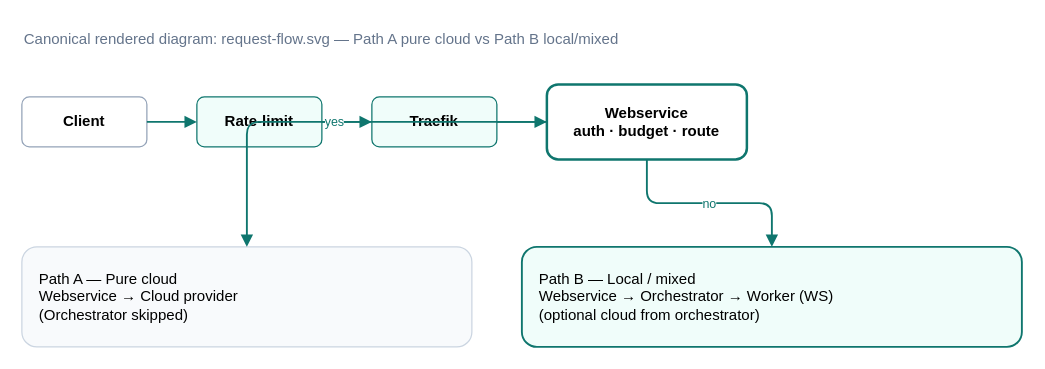
ls1intum/edutelligence keeps this draw.io diagram as page "Request Flow" (4 of 4) of logos/docs/static/img/system-design/system-design.drawio. Above is the earlier version. Source tidied: cells renumbered, new cells numbered last; positions are measured from the earlier drawing's top-left corner, leaving out a move shared by most shapes. Both pictures are drawn from the tidied source at 125%, with x=0, y=0 at pixel (21, 21).
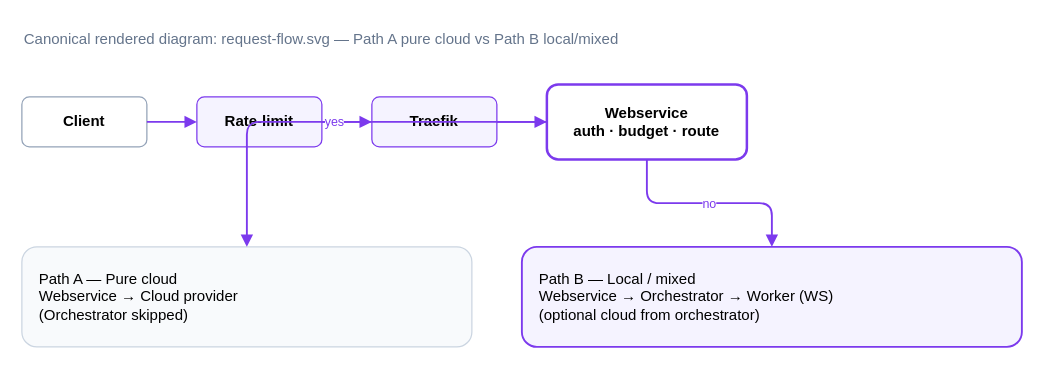
After the change.

Change to the diagram source:
```diff
@@
 <mxGraphModel>
   <root>
     <mxCell id="0" />
     <mxCell id="1" parent="0" />
     <mxCell id="2" value="Canonical rendered diagram: request-flow.svg — Path A pure cloud vs Path B local/mixed" style="text;html=1;strokeColor=none;fillColor=none;align=left;fontFamily=Helvetica;fontSize=12;fontColor=#64748B;" parent="1" vertex="1">
       <mxGeometry width="600" height="30" as="geometry" />
     </mxCell>
     <mxCell id="3" value="Client" style="rounded=1;whiteSpace=wrap;html=1;fillColor=#FFFFFF;strokeColor=#94A3B8;fontStyle=1;fontFamily=Helvetica;" parent="1" vertex="1">
       <mxGeometry y="60" width="100" height="40" as="geometry" />
     </mxCell>
-    <mxCell id="4" value="Rate-limit" style="rounded=1;whiteSpace=wrap;html=1;fillColor=#F0FDFA;strokeColor=#0F766E;fontStyle=1;fontFamily=Helvetica;" parent="1" vertex="1">
+    <mxCell id="4" value="Rate-limit" style="rounded=1;whiteSpace=wrap;html=1;fillColor=#F5F3FF;strokeColor=#7C3AED;fontStyle=1;fontFamily=Helvetica;" parent="1" vertex="1">
       <mxGeometry x="140" y="60" width="100" height="40" as="geometry" />
     </mxCell>
-    <mxCell id="5" value="Traefik" style="rounded=1;whiteSpace=wrap;html=1;fillColor=#F0FDFA;strokeColor=#0F766E;fontStyle=1;fontFamily=Helvetica;" parent="1" vertex="1">
+    <mxCell id="5" value="Traefik" style="rounded=1;whiteSpace=wrap;html=1;fillColor=#F5F3FF;strokeColor=#7C3AED;fontStyle=1;fontFamily=Helvetica;" parent="1" vertex="1">
       <mxGeometry x="280" y="60" width="100" height="40" as="geometry" />
     </mxCell>
-    <mxCell id="6" value="Webservice&#10;auth · budget · route" style="rounded=1;whiteSpace=wrap;html=1;fillColor=#FFFFFF;strokeColor=#0F766E;strokeWidth=2;fontStyle=1;fontFamily=Helvetica;" parent="1" vertex="1">
+    <mxCell id="6" value="Webservice&#10;auth · budget · route" style="rounded=1;whiteSpace=wrap;html=1;fillColor=#FFFFFF;strokeColor=#7C3AED;strokeWidth=2;fontStyle=1;fontFamily=Helvetica;" parent="1" vertex="1">
       <mxGeometry x="420" y="50" width="160" height="60" as="geometry" />
     </mxCell>
     <mxCell id="7" value="Path A — Pure cloud&#10;Webservice → Cloud provider&#10;(Orchestrator skipped)" style="rounded=1;whiteSpace=wrap;html=1;fillColor=#F8FAFC;strokeColor=#CBD5E1;fontFamily=Helvetica;fontSize=12;align=left;spacingLeft=12;" parent="1" vertex="1">
       <mxGeometry y="180" width="360" height="80" as="geometry" />
     </mxCell>
-    <mxCell id="8" value="Path B — Local / mixed&#10;Webservice → Orchestrator → Worker (WS)&#10;(optional cloud from orchestrator)" style="rounded=1;whiteSpace=wrap;html=1;fillColor=#F0FDFA;strokeColor=#0F766E;strokeWidth=1.5;fontFamily=Helvetica;fontSize=12;align=left;spacingLeft=12;" parent="1" vertex="1">
+    <mxCell id="8" value="Path B — Local / mixed&#10;Webservice → Orchestrator → Worker (WS)&#10;(optional cloud from orchestrator)" style="rounded=1;whiteSpace=wrap;html=1;fillColor=#F5F3FF;strokeColor=#7C3AED;strokeWidth=1.5;fontFamily=Helvetica;fontSize=12;align=left;spacingLeft=12;" parent="1" vertex="1">
       <mxGeometry x="400" y="180" width="400" height="80" as="geometry" />
     </mxCell>
-    <mxCell id="9" style="edgeStyle=orthogonalEdgeStyle;rounded=1;html=1;strokeColor=#0F766E;strokeWidth=1.5;endArrow=block;endFill=1;" parent="1" edge="1" source="3" target="4">
+    <mxCell id="9" style="edgeStyle=orthogonalEdgeStyle;rounded=1;html=1;strokeColor=#7C3AED;strokeWidth=1.5;endArrow=block;endFill=1;" parent="1" edge="1" source="3" target="4">
       <mxGeometry relative="1" as="geometry" />
     </mxCell>
-    <mxCell id="10" style="edgeStyle=orthogonalEdgeStyle;rounded=1;html=1;strokeColor=#0F766E;strokeWidth=1.5;endArrow=block;endFill=1;" parent="1" edge="1" source="4" target="5">
+    <mxCell id="10" style="edgeStyle=orthogonalEdgeStyle;rounded=1;html=1;strokeColor=#7C3AED;strokeWidth=1.5;endArrow=block;endFill=1;" parent="1" edge="1" source="4" target="5">
       <mxGeometry relative="1" as="geometry" />
     </mxCell>
-    <mxCell id="11" style="edgeStyle=orthogonalEdgeStyle;rounded=1;html=1;strokeColor=#0F766E;strokeWidth=1.5;endArrow=block;endFill=1;" parent="1" edge="1" source="5" target="6">
+    <mxCell id="11" style="edgeStyle=orthogonalEdgeStyle;rounded=1;html=1;strokeColor=#7C3AED;strokeWidth=1.5;endArrow=block;endFill=1;" parent="1" edge="1" source="5" target="6">
       <mxGeometry relative="1" as="geometry" />
     </mxCell>
-    <mxCell id="12" value="yes" style="edgeStyle=orthogonalEdgeStyle;rounded=1;html=1;strokeColor=#0F766E;strokeWidth=1.5;endArrow=block;endFill=1;fontSize=10;fontColor=#0F766E;" parent="1" edge="1" source="6" target="7">
+    <mxCell id="12" value="yes" style="edgeStyle=orthogonalEdgeStyle;rounded=1;html=1;strokeColor=#7C3AED;strokeWidth=1.5;endArrow=block;endFill=1;fontSize=10;fontColor=#7C3AED;" parent="1" edge="1" source="6" target="7">
       <mxGeometry relative="1" as="geometry" />
     </mxCell>
-    <mxCell id="13" value="no" style="edgeStyle=orthogonalEdgeStyle;rounded=1;html=1;strokeColor=#0F766E;strokeWidth=1.5;endArrow=block;endFill=1;fontSize=10;fontColor=#0F766E;" parent="1" edge="1" source="6" target="8">
+    <mxCell id="13" value="no" style="edgeStyle=orthogonalEdgeStyle;rounded=1;html=1;strokeColor=#7C3AED;strokeWidth=1.5;endArrow=block;endFill=1;fontSize=10;fontColor=#7C3AED;" parent="1" edge="1" source="6" target="8">
       <mxGeometry relative="1" as="geometry" />
     </mxCell>
   </root>
 </mxGraphModel>
```
